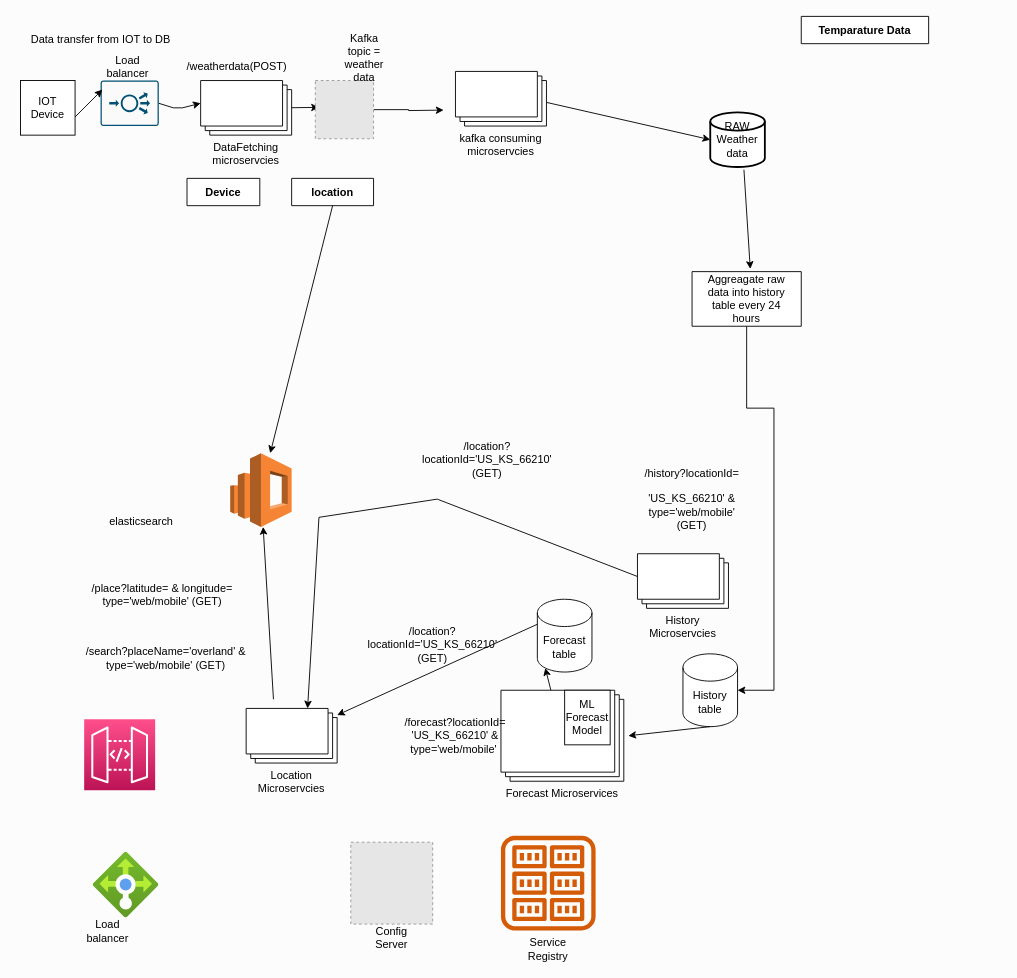
Before: Untitled Diagram.drawio in jananiselvaraj26/system-design, a draw.io diagram. Source tidied: cells renumbered, new cells numbered last; positions are measured from the earlier drawing's top-left corner, leaving out a move shared by most shapes. Both pictures are drawn from the tidied source at 91%, with x=0, y=0 at pixel (18, 16). Pictures stored in the file or linked from it are replaced by grey dashed boxes.
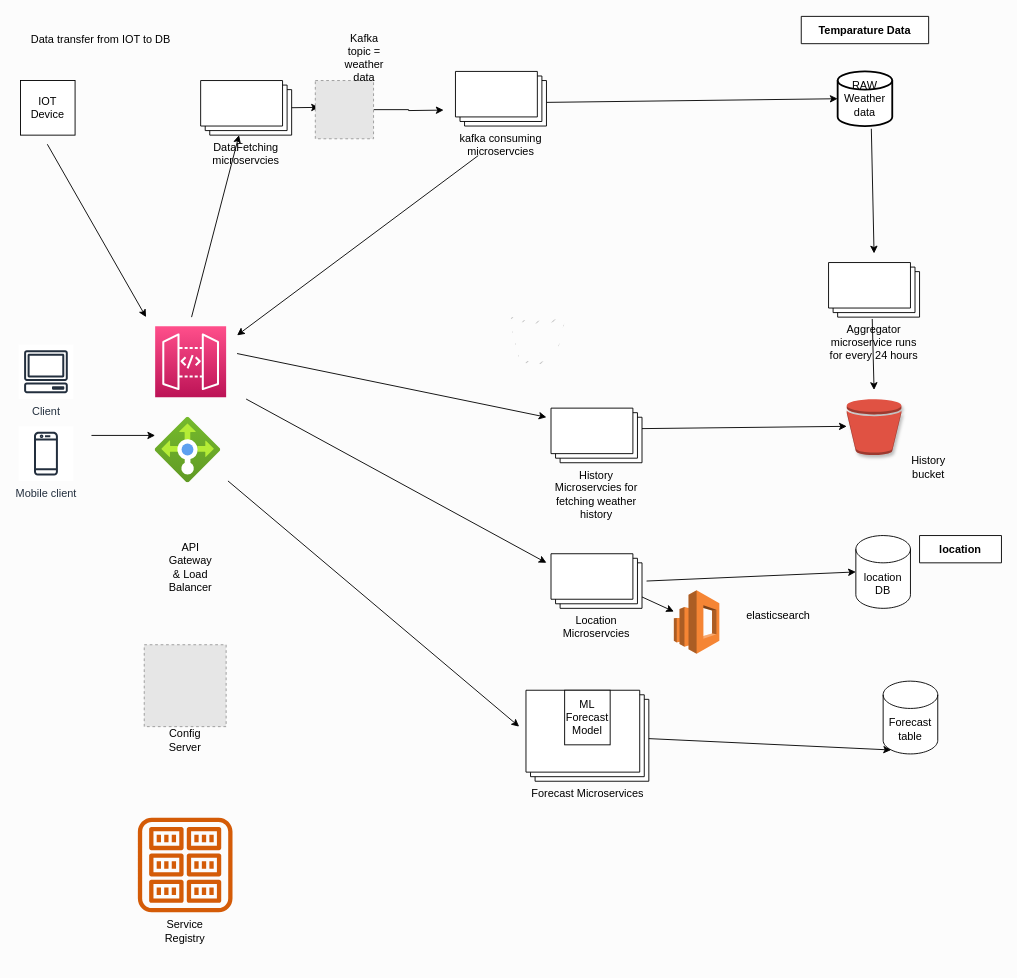
The same page after the edit.

The change refers to these unchanged cells:
```xml
<mxCell id="17" value="DataFetching microservcies" style="verticalLabelPosition=bottom;verticalAlign=top;html=1;shape=mxgraph.basic.layered_rect;dx=10;outlineConnect=0;whiteSpace=wrap;" parent="1" vertex="1">
  <mxGeometry x="200" y="70" width="100" height="60" as="geometry" />
</mxCell>
```

The edit, as a diff of the source:
```diff
@@
     <mxCell id="4" value="RAW&lt;br&gt;Weather data" style="strokeWidth=2;html=1;shape=mxgraph.flowchart.database;whiteSpace=wrap;" parent="1" vertex="1">
-      <mxGeometry x="760" y="105" width="60" height="60" as="geometry" />
+      <mxGeometry x="900" y="60" width="60" height="60" as="geometry" />
     </mxCell>
@@
     <mxCell id="6" value="location" style="shape=table;startSize=30;childLayout=tableLayout;rowLines=0;fontStyle=1;align=center;" parent="1" vertex="1" collapsed="1">
-      <mxGeometry x="300" y="177.5" width="90" height="30" as="geometry" />
+      <mxGeometry x="990" y="570" width="90" height="30" as="geometry" />
     </mxCell>
-    <mxCell id="7" value="Device" style="shape=table;startSize=30;childLayout=tableLayout;rowLines=0;fontStyle=1;align=center;" parent="1" vertex="1" collapsed="1">
-      <mxGeometry x="185" y="177.5" width="80" height="30" as="geometry" />
-    </mxCell>
-    <mxCell id="8" value="History table" style="shape=cylinder3;whiteSpace=wrap;html=1;boundedLbl=1;backgroundOutline=1;size=15;" parent="1" vertex="1">
-      <mxGeometry x="730" y="700" width="60" height="80" as="geometry" />
-    </mxCell>
-    <mxCell id="9" style="endArrow=classic;html=1;rounded=0;exitX=0.5;exitY=1;exitDx=0;exitDy=0;exitPerimeter=0;" parent="1" edge="1" source="8">
-      <mxGeometry relative="1" as="geometry">
-        <mxPoint x="670" y="790" as="targetPoint" />
-      </mxGeometry>
-    </mxCell>
@@
-    <mxCell id="13" value="/weatherdata(POST)" style="text;strokeColor=none;align=center;fillColor=none;html=1;verticalAlign=middle;whiteSpace=wrap;rounded=0;" parent="1" vertex="1">
-      <mxGeometry x="170" y="40" width="140" height="30" as="geometry" />
-    </mxCell>
-    <mxCell id="14" style="html=1;align=center;image;fontSize=12;image=img/lib/azure2/networking/Load_Balancers.svg;" parent="1" vertex="1">
-      <mxGeometry x="82" y="918" width="72" height="72" as="geometry" />
-    </mxCell>
-    <mxCell id="15" value="Load balancer" style="text;strokeColor=none;align=center;fillColor=none;html=1;verticalAlign=middle;whiteSpace=wrap;rounded=0;" parent="1" vertex="1">
-      <mxGeometry x="68" y="990" width="60" height="30" as="geometry" />
-    </mxCell>
     <mxCell id="16" value="Location Microservcies" style="verticalLabelPosition=bottom;verticalAlign=top;html=1;shape=mxgraph.basic.layered_rect;dx=10;outlineConnect=0;whiteSpace=wrap;" parent="1" vertex="1">
-      <mxGeometry x="250" y="760" width="100" height="60" as="geometry" />
+      <mxGeometry x="585" y="590" width="100" height="60" as="geometry" />
     </mxCell>
@@
-    <mxCell id="20" value="/search?placeName='overland' &amp;amp; type='web/mobile' (GET)" style="text;strokeColor=none;align=center;fillColor=none;html=1;verticalAlign=middle;whiteSpace=wrap;rounded=0;" parent="1" vertex="1">
-      <mxGeometry x="72" y="660" width="180" height="90" as="geometry" />
-    </mxCell>
-    <mxCell id="21" style="fillColor=#E6E6E6;strokeColor=#999999;dashed=1;html=1;verticalAlign=top;verticalLabelPosition=bottom;labelBackgroundColor=#ffffff;" parent="1" vertex="1">
-      <mxGeometry x="365" y="907" width="90" height="90" as="geometry" />
-    </mxCell>
-    <mxCell id="22" value="Config Server" style="text;strokeColor=none;align=center;fillColor=none;html=1;verticalAlign=middle;whiteSpace=wrap;rounded=0;" parent="1" vertex="1">
-      <mxGeometry x="380" y="997" width="60" height="30" as="geometry" />
-    </mxCell>
     <mxCell id="23" style="sketch=0;fontColor=#232F3E;gradientColor=none;fillColor=#D45B07;strokeColor=none;dashed=0;verticalLabelPosition=bottom;verticalAlign=top;align=center;html=1;fontSize=12;fontStyle=0;shape=mxgraph.aws4.registry;" parent="1" vertex="1">
-      <mxGeometry x="530" y="900" width="104" height="104" as="geometry" />
+      <mxGeometry x="131" y="880" width="104" height="104" as="geometry" />
     </mxCell>
@@
     <mxCell id="25" value="Service Registry" style="text;strokeColor=none;align=center;fillColor=none;html=1;verticalAlign=middle;whiteSpace=wrap;rounded=0;" parent="1" vertex="1">
-      <mxGeometry x="552" y="1010" width="60" height="30" as="geometry" />
+      <mxGeometry x="153" y="990" width="60" height="30" as="geometry" />
     </mxCell>
     <mxCell id="26" value="Forecast Microservices" style="verticalLabelPosition=bottom;verticalAlign=top;html=1;shape=mxgraph.basic.layered_rect;dx=10;outlineConnect=0;whiteSpace=wrap;" parent="1" vertex="1">
-      <mxGeometry x="530" y="740" width="135" height="100" as="geometry" />
+      <mxGeometry x="557.5" y="740" width="135" height="100" as="geometry" />
     </mxCell>
-    <mxCell id="27" style="edgeStyle=orthogonalEdgeStyle;rounded=0;jettySize=auto;html=1;entryX=1;entryY=0.5;entryDx=0;entryDy=0;entryPerimeter=0;" parent="1" edge="1" source="28" target="8">
-      <mxGeometry relative="1" as="geometry">
-        <Array as="points">
-          <mxPoint x="800" y="430" />
-          <mxPoint x="830" y="430" />
-          <mxPoint x="830" y="740" />
-        </Array>
-      </mxGeometry>
-    </mxCell>
-    <mxCell id="28" style="verticalLabelPosition=bottom;verticalAlign=top;html=1;shape=mxgraph.basic.rect;fillColor2=none;strokeWidth=1;size=20;indent=5;" parent="1" vertex="1">
-      <mxGeometry x="740" y="280" width="120" height="60" as="geometry" />
-    </mxCell>
+    <mxCell id="51" style="edgeStyle=orthogonalEdgeStyle;rounded=0;orthogonalLoop=1;jettySize=auto;html=1;" parent="1" edge="1">
+      <mxGeometry relative="1" as="geometry">
+        <mxPoint x="940" y="270" as="sourcePoint" />
+        <mxPoint x="940" y="270" as="targetPoint" />
+      </mxGeometry>
+    </mxCell>
-    <mxCell id="29" style="endArrow=classic;html=1;rounded=0;exitX=0.617;exitY=1.05;exitDx=0;exitDy=0;exitPerimeter=0;entryX=0.533;entryY=-0.05;entryDx=0;entryDy=0;entryPerimeter=0;" parent="1" edge="1" source="4" target="28">
-      <mxGeometry relative="1" as="geometry" />
+    <mxCell id="29" style="endArrow=classic;html=1;rounded=0;exitX=0.617;exitY=1.05;exitDx=0;exitDy=0;exitPerimeter=0;" parent="1" edge="1" source="4">
+      <mxGeometry relative="1" as="geometry">
+        <mxPoint x="940" y="260" as="targetPoint" />
+      </mxGeometry>
     </mxCell>
     <mxCell id="30" value="Forecast table" style="shape=cylinder3;whiteSpace=wrap;html=1;boundedLbl=1;backgroundOutline=1;size=15;" parent="1" vertex="1">
-      <mxGeometry x="570" y="640" width="60" height="80" as="geometry" />
+      <mxGeometry x="950" y="730" width="60" height="80" as="geometry" />
     </mxCell>
@@
-    <mxCell id="33" value="/forecast?locationId=&lt;br style=&quot;--tw-translate-x:0; --tw-translate-y:0; --tw-rotate:0; --tw-skew-x:0; --tw-skew-y:0; --tw-scale-x:1; --tw-scale-y:1; --tw-pan-x: ; --tw-pan-y: ; --tw-pinch-zoom: ; --tw-scroll-snap-strictness:proximity; --tw-ordinal: ; --tw-slashed-zero: ; --tw-numeric-figure: ; --tw-numeric-spacing: ; --tw-numeric-fraction: ; --tw-ring-inset: ; --tw-ring-offset-width:0px; --tw-ring-offset-color:#fff; --tw-ring-color:rgb(59 130 246 / 0.5); --tw-ring-offset-shadow:0 0 #0000; --tw-ring-shadow:0 0 #0000; --tw-shadow:0 0 #0000; --tw-shadow-colored:0 0 #0000; --tw-blur: ; --tw-brightness: ; --tw-contrast: ; --tw-grayscale: ; --tw-hue-rotate: ; --tw-invert: ; --tw-saturate: ; --tw-sepia: ; --tw-drop-shadow: ; --tw-backdrop-blur: ; --tw-backdrop-brightness: ; --tw-backdrop-contrast: ; --tw-backdrop-grayscale: ; --tw-backdrop-hue-rotate: ; --tw-backdrop-invert: ; --tw-backdrop-opacity: ; --tw-backdrop-saturate: ; --tw-backdrop-sepia: ; border-color: var(--border-color);&quot;&gt;'US_KS_66210' &amp;amp; type='web/mobile'&amp;nbsp;" style="text;html=1;strokeColor=none;fillColor=none;align=center;verticalAlign=middle;whiteSpace=wrap;rounded=0;" parent="1" vertex="1">
-      <mxGeometry x="420" y="750" width="120" height="80" as="geometry" />
-    </mxCell>
-    <mxCell id="34" style="sketch=0;fontColor=#232F3E;gradientColor=#FF4F8B;gradientDirection=north;fillColor=#BC1356;strokeColor=#ffffff;dashed=0;verticalLabelPosition=bottom;verticalAlign=top;align=center;html=1;fontSize=12;fontStyle=0;shape=mxgraph.aws4.resourceIcon;resIcon=mxgraph.aws4.api_gateway;" parent="1" vertex="1">
-      <mxGeometry x="72" y="772" width="78" height="78" as="geometry" />
-    </mxCell>
-    <mxCell id="35" value="Aggreagate raw data into history table every 24 hours" style="text;strokeColor=none;align=center;fillColor=none;html=1;verticalAlign=middle;whiteSpace=wrap;rounded=0;" parent="1" vertex="1">
-      <mxGeometry x="750" y="295" width="100" height="30" as="geometry" />
-    </mxCell>
-    <mxCell id="36" style="sketch=0;points=[[0.015,0.015,0],[0.985,0.015,0],[0.985,0.985,0],[0.015,0.985,0],[0.25,0,0],[0.5,0,0],[0.75,0,0],[1,0.25,0],[1,0.5,0],[1,0.75,0],[0.75,1,0],[0.5,1,0],[0.25,1,0],[0,0.75,0],[0,0.5,0],[0,0.25,0]];verticalLabelPosition=bottom;html=1;verticalAlign=top;align=center;shape=mxgraph.cisco19.rect;prIcon=load_balancer;fillColor=#FAFAFA;strokeColor=#005073;" parent="1" vertex="1">
-      <mxGeometry x="90" y="70" width="64" height="50" as="geometry" />
-    </mxCell>
-    <mxCell id="37" style="endArrow=classic;html=1;rounded=0;" parent="1" edge="1">
-      <mxGeometry relative="1" as="geometry">
-        <mxPoint x="62" y="110" as="sourcePoint" />
-        <mxPoint x="92" y="80" as="targetPoint" />
-        <Array as="points">
-          <mxPoint x="72" y="100" />
-        </Array>
-      </mxGeometry>
-    </mxCell>
-    <mxCell id="38" style="endArrow=classic;html=1;rounded=0;exitX=1;exitY=0.5;exitDx=0;exitDy=0;exitPerimeter=0;entryX=0;entryY=0;entryDx=0;entryDy=25;entryPerimeter=0;" parent="1" edge="1" source="36" target="17">
-      <mxGeometry relative="1" as="geometry">
-        <Array as="points">
-          <mxPoint x="170" y="100" />
-          <mxPoint x="180" y="100" />
-        </Array>
-      </mxGeometry>
-    </mxCell>
-    <mxCell id="39" value="Load balancer" style="text;strokeColor=none;align=center;fillColor=none;html=1;verticalAlign=middle;whiteSpace=wrap;rounded=0;" parent="1" vertex="1">
-      <mxGeometry x="90" y="40" width="60" height="30" as="geometry" />
-    </mxCell>
-    <mxCell id="40" value="History Microservcies" style="verticalLabelPosition=bottom;verticalAlign=top;html=1;shape=mxgraph.basic.layered_rect;dx=10;outlineConnect=0;whiteSpace=wrap;" parent="1" vertex="1">
-      <mxGeometry x="680" y="590" width="100" height="60" as="geometry" />
+    <mxCell id="40" value="History Microservcies for fetching weather history" style="verticalLabelPosition=bottom;verticalAlign=top;html=1;shape=mxgraph.basic.layered_rect;dx=10;outlineConnect=0;whiteSpace=wrap;" parent="1" vertex="1">
+      <mxGeometry x="585" y="430" width="100" height="60" as="geometry" />
     </mxCell>
-    <mxCell id="41" value="/history?locationId=&lt;br&gt;&lt;br&gt;'US_KS_66210' &amp;amp; type='web/mobile' (GET)" style="text;strokeColor=none;align=center;fillColor=none;html=1;verticalAlign=middle;whiteSpace=wrap;rounded=0;" parent="1" vertex="1">
-      <mxGeometry x="680" y="490" width="120" height="80" as="geometry" />
-    </mxCell>
     <mxCell id="42" style="outlineConnect=0;dashed=0;verticalLabelPosition=bottom;verticalAlign=top;align=center;html=1;shape=mxgraph.aws3.elasticsearch_service;fillColor=#F58534;gradientColor=none;" parent="1" vertex="1">
-      <mxGeometry x="232.5" y="479.5" width="67.5" height="81" as="geometry" />
+      <mxGeometry x="720" y="630" width="50" height="70" as="geometry" />
     </mxCell>
     <mxCell id="43" value="elasticsearch" style="text;html=1;strokeColor=none;fillColor=none;align=center;verticalAlign=middle;whiteSpace=wrap;rounded=0;" parent="1" vertex="1">
-      <mxGeometry x="50" y="500" width="170" height="110" as="geometry" />
+      <mxGeometry x="780" y="640" width="110" height="35.5" as="geometry" />
     </mxCell>
-    <mxCell id="44" style="endArrow=classic;html=1;rounded=0;exitX=0.5;exitY=1;exitDx=0;exitDy=0;" parent="1" edge="1" source="6" target="42">
-      <mxGeometry relative="1" as="geometry" />
-    </mxCell>
-    <mxCell id="45" style="endArrow=classic;html=1;rounded=0;" parent="1" edge="1" target="42">
-      <mxGeometry relative="1" as="geometry">
-        <mxPoint x="280" y="750" as="sourcePoint" />
-      </mxGeometry>
-    </mxCell>
-    <mxCell id="46" style="endArrow=classic;html=1;rounded=0;exitX=0;exitY=0;exitDx=0;exitDy=25;exitPerimeter=0;entryX=0;entryY=0;entryDx=67.5;entryDy=0;entryPerimeter=0;" parent="1" edge="1" source="40" target="16">
-      <mxGeometry relative="1" as="geometry">
-        <Array as="points">
-          <mxPoint x="460" y="530" />
-          <mxPoint x="330" y="550" />
-        </Array>
-      </mxGeometry>
-    </mxCell>
-    <mxCell id="47" value="/location?locationId='US_KS_66210'&lt;br&gt;(GET)" style="text;strokeColor=none;align=center;fillColor=none;html=1;verticalAlign=middle;whiteSpace=wrap;rounded=0;" parent="1" vertex="1">
-      <mxGeometry x="440" y="457" width="150" height="60" as="geometry" />
-    </mxCell>
-    <mxCell id="48" style="endArrow=classic;html=1;rounded=0;exitX=0;exitY=0;exitDx=0;exitDy=27.5;exitPerimeter=0;" parent="1" edge="1" source="30" target="16">
-      <mxGeometry relative="1" as="geometry" />
-    </mxCell>
-    <mxCell id="49" value="/location?locationId='US_KS_66210'&lt;br&gt;(GET)" style="text;strokeColor=none;align=center;fillColor=none;html=1;verticalAlign=middle;whiteSpace=wrap;rounded=0;" parent="1" vertex="1">
-      <mxGeometry x="380" y="660" width="150" height="60" as="geometry" />
-    </mxCell>
-    <mxCell id="50" value="/place?latitude= &amp;amp; longitude= type='web/mobile' (GET)" style="text;strokeColor=none;align=center;fillColor=none;html=1;verticalAlign=middle;whiteSpace=wrap;rounded=0;" parent="1" vertex="1">
-      <mxGeometry x="68" y="590" width="180" height="90" as="geometry" />
-    </mxCell>
+    <mxCell id="52" style="endArrow=classic;html=1;rounded=0;" parent="1" edge="1">
+      <mxGeometry relative="1" as="geometry">
+        <mxPoint x="505" y="152.5" as="sourcePoint" />
+        <mxPoint x="240" y="350" as="targetPoint" />
+      </mxGeometry>
+    </mxCell>
+    <mxCell id="53" style="endArrow=classic;html=1;rounded=0;exitX=0;exitY=0;exitDx=100;exitDy=47.5;exitPerimeter=0;" parent="1" edge="1" source="16" target="42">
+      <mxGeometry relative="1" as="geometry" />
+    </mxCell>
+    <mxCell id="54" value="location&lt;br&gt;DB" style="shape=cylinder3;whiteSpace=wrap;html=1;boundedLbl=1;backgroundOutline=1;size=15;" parent="1" vertex="1">
+      <mxGeometry x="920" y="570" width="60" height="80" as="geometry" />
+    </mxCell>
+    <mxCell id="55" value="Mobile client" style="sketch=0;fontColor=#232F3E;gradientColor=none;strokeColor=#232F3E;fillColor=#ffffff;dashed=0;verticalLabelPosition=bottom;verticalAlign=top;align=center;html=1;fontSize=12;fontStyle=0;shape=mxgraph.aws4.resourceIcon;resIcon=mxgraph.aws4.mobile_client;" parent="1" vertex="1">
+      <mxGeometry y="450" width="60" height="60" as="geometry" />
+    </mxCell>
+    <mxCell id="56" value="Client" style="sketch=0;fontColor=#232F3E;gradientColor=none;strokeColor=#232F3E;fillColor=#ffffff;dashed=0;verticalLabelPosition=bottom;verticalAlign=top;align=center;html=1;fontSize=12;fontStyle=0;shape=mxgraph.aws4.resourceIcon;resIcon=mxgraph.aws4.client;" parent="1" vertex="1">
+      <mxGeometry y="360" width="60" height="60" as="geometry" />
+    </mxCell>
+    <mxCell id="57" style="endArrow=classic;html=1;rounded=0;" parent="1" edge="1">
+      <mxGeometry relative="1" as="geometry">
+        <mxPoint x="80" y="460" as="sourcePoint" />
+        <mxPoint x="150" y="460" as="targetPoint" />
+      </mxGeometry>
+    </mxCell>
+    <mxCell id="58" style="group;" parent="1" vertex="1">
+      <mxGeometry x="150" y="340" width="78" height="320" as="geometry" />
+    </mxCell>
+    <mxCell id="59" style="group;" parent="58" vertex="1">
+      <mxGeometry width="78" height="172" as="geometry" />
+    </mxCell>
+    <mxCell id="14" style="html=1;align=center;image;fontSize=12;image=img/lib/azure2/networking/Load_Balancers.svg;" parent="59" vertex="1">
+      <mxGeometry y="100" width="72" height="72" as="geometry" />
+    </mxCell>
+    <mxCell id="34" style="sketch=0;fontColor=#232F3E;gradientColor=#FF4F8B;gradientDirection=north;fillColor=#BC1356;strokeColor=#ffffff;dashed=0;verticalLabelPosition=bottom;verticalAlign=top;align=center;html=1;fontSize=12;fontStyle=0;shape=mxgraph.aws4.resourceIcon;resIcon=mxgraph.aws4.api_gateway;" parent="59" vertex="1">
+      <mxGeometry width="78" height="78" as="geometry" />
+    </mxCell>
+    <mxCell id="60" value="API Gateway &amp;amp; Load Balancer" style="text;html=1;strokeColor=none;fillColor=none;align=center;verticalAlign=middle;whiteSpace=wrap;rounded=0;fillStyle=hatch;opacity=0;" parent="58" vertex="1">
+      <mxGeometry x="9" y="210" width="60" height="110" as="geometry" />
+    </mxCell>
+    <mxCell id="61" style="group;" parent="1" vertex="1">
+      <mxGeometry x="138" y="690" width="90" height="120" as="geometry" />
+    </mxCell>
+    <mxCell id="21" style="fillColor=#E6E6E6;strokeColor=#999999;dashed=1;html=1;verticalAlign=top;verticalLabelPosition=bottom;labelBackgroundColor=#ffffff;" parent="61" vertex="1">
+      <mxGeometry width="90" height="90" as="geometry" />
+    </mxCell>
+    <mxCell id="22" value="Config Server" style="text;strokeColor=none;align=center;fillColor=none;html=1;verticalAlign=middle;whiteSpace=wrap;rounded=0;" parent="61" vertex="1">
+      <mxGeometry x="15" y="90" width="60" height="30" as="geometry" />
+    </mxCell>
+    <mxCell id="62" style="endArrow=classic;html=1;rounded=0;exitX=0.483;exitY=1.033;exitDx=0;exitDy=0;exitPerimeter=0;entryX=0.5;entryY=0;entryDx=0;entryDy=0;entryPerimeter=0;" parent="1" edge="1">
+      <mxGeometry relative="1" as="geometry">
+        <mxPoint x="938" y="332" as="sourcePoint" />
+        <mxPoint x="940" y="410" as="targetPoint" />
+      </mxGeometry>
+    </mxCell>
+    <mxCell id="63" style="endArrow=classic;html=1;rounded=0;entryX=0;entryY=0.5;entryDx=0;entryDy=0;entryPerimeter=0;exitX=0;exitY=0;exitDx=100;exitDy=22.5;exitPerimeter=0;" parent="1" edge="1" source="40">
+      <mxGeometry relative="1" as="geometry">
+        <mxPoint x="910" y="450" as="targetPoint" />
+      </mxGeometry>
+    </mxCell>
+    <mxCell id="64" style="endArrow=classic;html=1;rounded=0;" parent="1" edge="1">
+      <mxGeometry relative="1" as="geometry">
+        <mxPoint x="31.5" y="140" as="sourcePoint" />
+        <mxPoint x="140" y="330" as="targetPoint" />
+      </mxGeometry>
+    </mxCell>
+    <mxCell id="65" style="endArrow=classic;html=1;rounded=0;entryX=0;entryY=0.5;entryDx=0;entryDy=0;entryPerimeter=0;" parent="1" edge="1" target="54">
+      <mxGeometry relative="1" as="geometry">
+        <mxPoint x="690" y="620" as="sourcePoint" />
+      </mxGeometry>
+    </mxCell>
+    <mxCell id="66" style="endArrow=classic;html=1;rounded=0;" parent="1" edge="1" target="17">
+      <mxGeometry relative="1" as="geometry">
+        <mxPoint x="190" y="330" as="sourcePoint" />
+      </mxGeometry>
+    </mxCell>
+    <mxCell id="67" style="endArrow=classic;html=1;rounded=0;" parent="1" edge="1">
+      <mxGeometry relative="1" as="geometry">
+        <mxPoint x="240" y="370" as="sourcePoint" />
+        <mxPoint x="580" y="440" as="targetPoint" />
+      </mxGeometry>
+    </mxCell>
+    <mxCell id="68" style="endArrow=classic;html=1;rounded=0;" parent="1" edge="1">
+      <mxGeometry relative="1" as="geometry">
+        <mxPoint x="250" y="420" as="sourcePoint" />
+        <mxPoint x="580" y="600" as="targetPoint" />
+      </mxGeometry>
+    </mxCell>
+    <mxCell id="69" style="endArrow=classic;html=1;rounded=0;" parent="1" edge="1">
+      <mxGeometry relative="1" as="geometry">
+        <mxPoint x="230" y="510" as="sourcePoint" />
+        <mxPoint x="550" y="780" as="targetPoint" />
+      </mxGeometry>
+    </mxCell>
+    <mxCell id="70" value="Aggregator microservice runs for every 24 hours" style="verticalLabelPosition=bottom;verticalAlign=top;html=1;shape=mxgraph.basic.layered_rect;dx=10;whiteSpace=wrap;" parent="1" vertex="1">
+      <mxGeometry x="890" y="270" width="100" height="60" as="geometry" />
+    </mxCell>
+    <mxCell id="71" style="dashed=0;verticalLabelPosition=bottom;verticalAlign=top;align=center;html=1;shape=mxgraph.aws3.bucket;fillColor=#E05243;gradientColor=none;fillStyle=hatch;opacity=0;" parent="1" vertex="1">
+      <mxGeometry x="540" y="320" width="60" height="61.5" as="geometry" />
+    </mxCell>
+    <mxCell id="72" style="dashed=0;verticalLabelPosition=bottom;verticalAlign=top;align=center;html=1;shape=mxgraph.aws3.bucket;fillColor=#E05243;gradientColor=none;fillStyle=solid;shadow=1;" parent="1" vertex="1">
+      <mxGeometry x="910" y="420" width="60" height="61.5" as="geometry" />
+    </mxCell>
+    <mxCell id="73" value="History bucket" style="text;strokeColor=none;align=center;fillColor=none;html=1;verticalAlign=middle;whiteSpace=wrap;rounded=0;shadow=1;sketch=0;fillStyle=solid;" parent="1" vertex="1">
+      <mxGeometry x="970" y="480" width="60" height="30" as="geometry" />
+    </mxCell>
```
